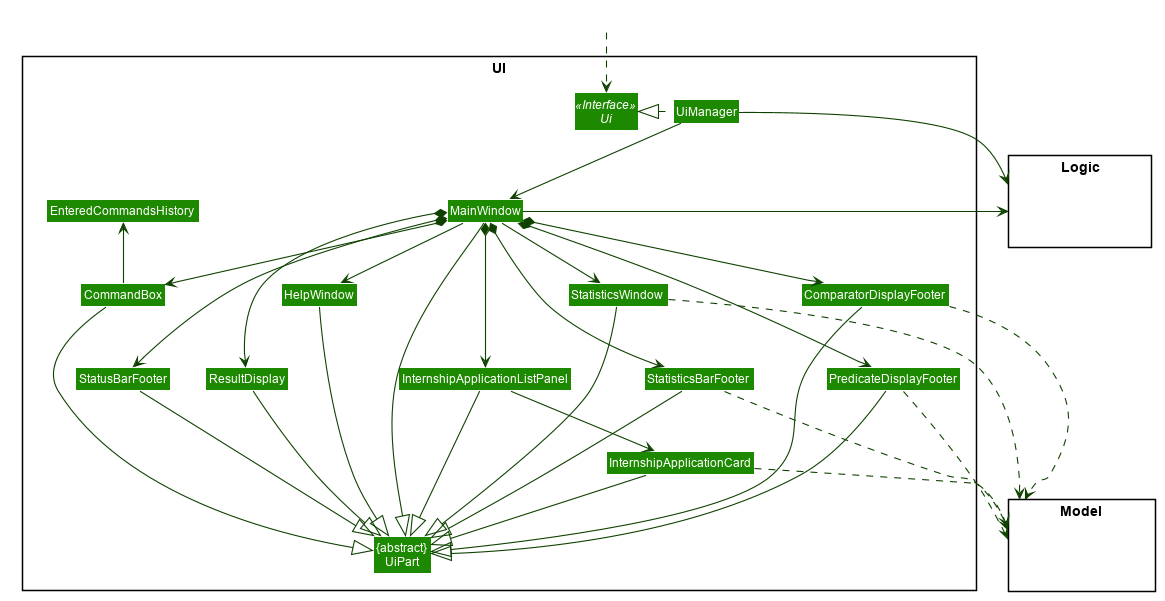
Earlier version of the PlantUML export images/UiClassDiagram.png (AY1920S2-CS2103T-F10-2/main).
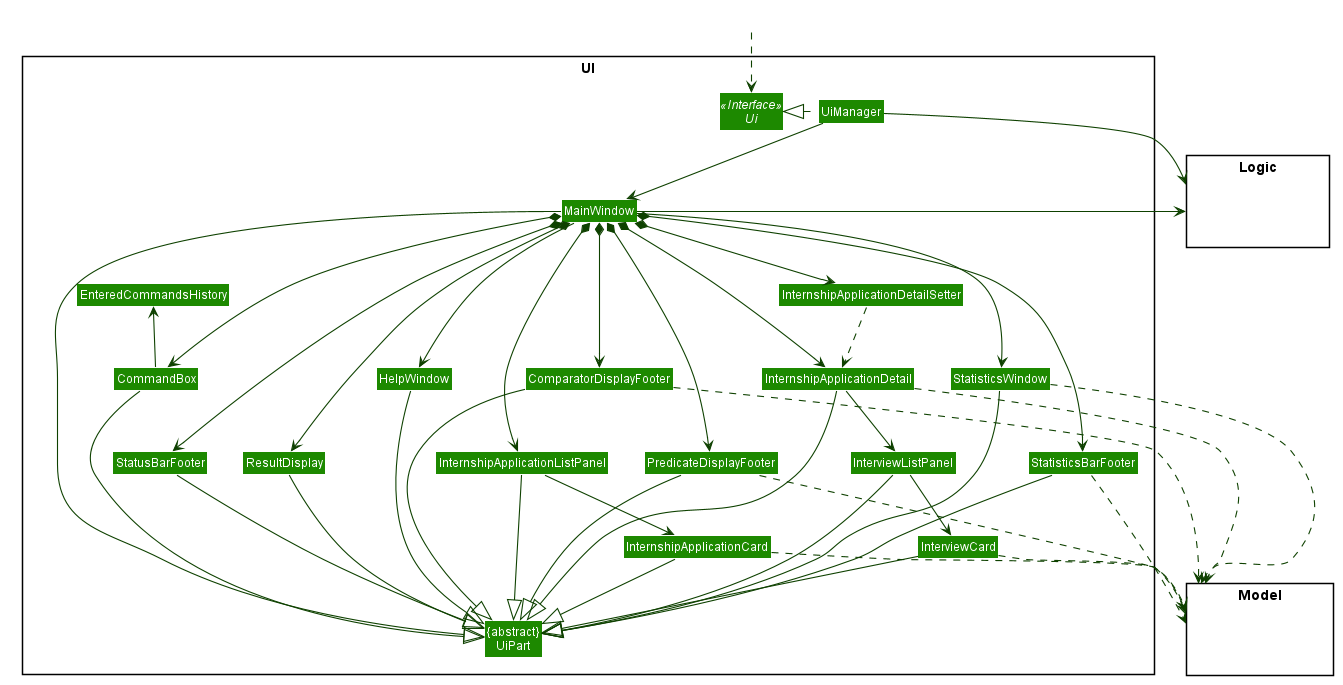
After the commit.

What changed in the source:
```diff
@@ -1,4 +1,5 @@
 @startuml
+
 
 
 
@@ -67,6 +68,10 @@
 Class StatusBarFooter
 Class CommandBox
 Class EnteredCommandsHistory
+Class InternshipApplicationDetail
+Class InternshipApplicationDetailSetter
+Class InterviewListPanel
+Class InterviewCard
 }
 
 package Model <<Rectangle>> {
@@ -91,6 +96,11 @@
 MainWindow *-down-> InternshipApplicationListPanel
 MainWindow *-down-> StatusBarFooter
 MainWindow *-down-> PredicateDisplayFooter
+MainWindow *-down-> InternshipApplicationDetail
+MainWindow *-down-> InternshipApplicationDetailSetter
+
+InternshipApplicationDetail -down-> InterviewListPanel
+InterviewListPanel -down-> InterviewCard
 
 InternshipApplicationListPanel -down-> InternshipApplicationCard
 
@@ -108,12 +118,19 @@
 ComparatorDisplayFooter --|> UiPart
 PredicateDisplayFooter --|> UiPart
 HelpWindow --|> UiPart
+InternshipApplicationDetail --|> UiPart
+InterviewListPanel --|> UiPart
+InterviewCard --|> UiPart
+
+InternshipApplicationDetailSetter ..> InternshipApplicationDetail
 
 StatisticsBarFooter ..> Model
 StatisticsWindow ..> Model
 PredicateDisplayFooter ..> Model
 ComparatorDisplayFooter ..> Model
 InternshipApplicationCard ..> Model
+InternshipApplicationDetail ..> Model
+InterviewCard ..> Model
 UiManager -right-> Logic
 MainWindow -left-> Logic
 
```
